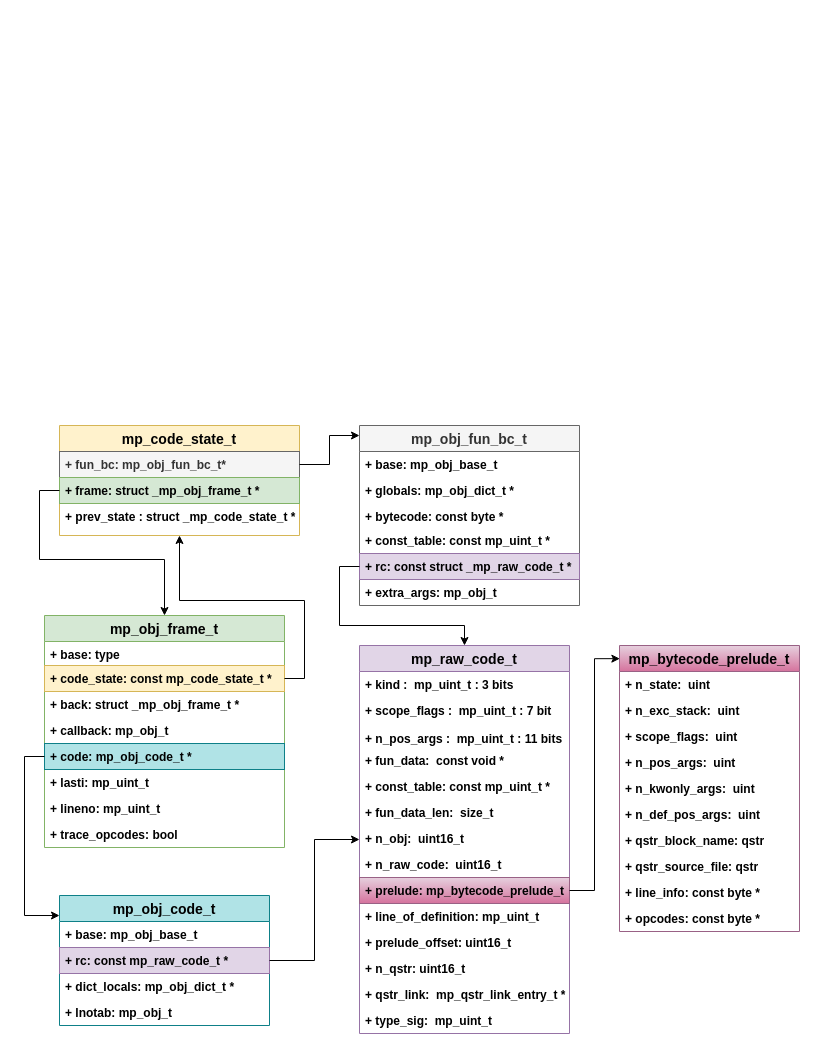
The draw.io diagram uPyIWM/diagrams/codestate_objects_relation.drawio in over-infinity/-Tutorials, before the edit. Source tidied: cells renumbered, new cells numbered last; positions are measured from the earlier drawing's top-left corner, leaving out a move shared by most shapes. Both pictures are drawn from the tidied source at 100%, with x=0, y=0 at pixel (44, 425).
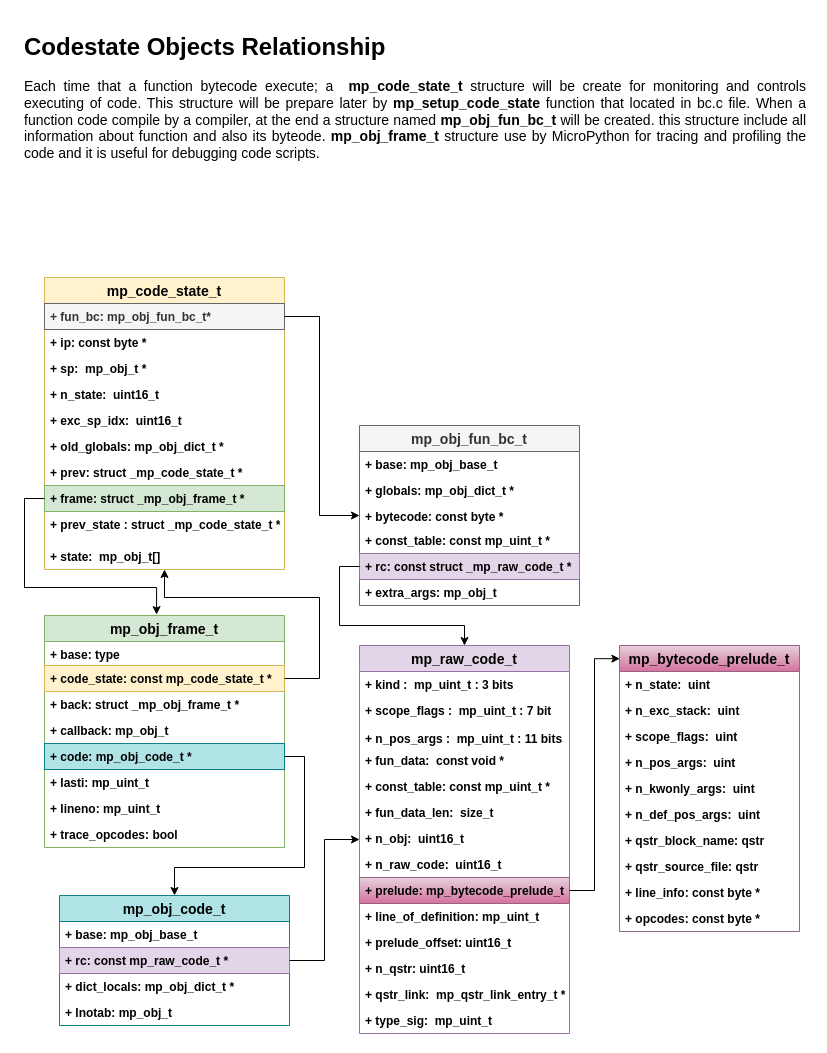
Above is the later version.

Unchanged cells that the change refers to:
```xml
<mxCell id="3" value="+ fun_bc: mp_obj_fun_bc_t*" style="text;strokeColor=#666666;fillColor=#f5f5f5;align=left;verticalAlign=top;spacingLeft=4;spacingRight=4;overflow=hidden;points=[[0,0.5],[1,0.5]];portConstraint=eastwest;fontSize=12;fontStyle=1;fontColor=#333333;" parent="2" vertex="1">
  <mxGeometry y="26" width="240" height="26" as="geometry" />
</mxCell>
<mxCell id="6" value="mp_obj_fun_bc_t" style="swimlane;fontStyle=1;horizontal=1;startSize=26;fillColor=#f5f5f5;fontSize=14;fontColor=#333333;strokeColor=#666666;" parent="1" vertex="1">
  <mxGeometry x="315" width="220" height="180" as="geometry" />
</mxCell>
<mxCell id="13" value="mp_obj_frame_t " style="swimlane;fontStyle=1;horizontal=1;startSize=26;fillColor=#d5e8d4;fontSize=14;strokeColor=#82b366;" parent="1" vertex="1">
  <mxGeometry y="190" width="240" height="232" as="geometry" />
</mxCell>
<mxCell id="15" value="+ code_state: const mp_code_state_t *" style="text;strokeColor=#d6b656;fillColor=#fff2cc;align=left;verticalAlign=top;spacingLeft=4;spacingRight=4;overflow=hidden;points=[[0,0.5],[1,0.5]];portConstraint=eastwest;fontSize=12;fontStyle=1;" parent="13" vertex="1">
  <mxGeometry y="50" width="240" height="26" as="geometry" />
</mxCell>
<mxCell id="18" value="+ code: mp_obj_code_t *" style="text;strokeColor=#0e8088;fillColor=#b0e3e6;align=left;verticalAlign=top;spacingLeft=4;spacingRight=4;overflow=hidden;points=[[0,0.5],[1,0.5]];portConstraint=eastwest;fontSize=12;fontStyle=1;" parent="13" vertex="1">
  <mxGeometry y="128" width="240" height="26" as="geometry" />
</mxCell>
```

Diff of the diagram source:
```diff
@@
     <mxCell id="2" value="mp_code_state_t" style="swimlane;fontStyle=1;horizontal=1;startSize=26;fillColor=#fff2cc;fontSize=14;strokeColor=#d6b656;" parent="1" vertex="1">
-      <mxGeometry x="15" width="240" height="110" as="geometry" />
+      <mxGeometry y="-148" width="240" height="292" as="geometry" />
     </mxCell>
@@
+    <mxCell id="60" value="+ ip: const byte *" style="text;strokeColor=none;fillColor=none;align=left;verticalAlign=top;spacingLeft=4;spacingRight=4;overflow=hidden;fontStyle=1;" parent="2" vertex="1">
+      <mxGeometry y="52" width="240" height="26" as="geometry" />
+    </mxCell>
+    <mxCell id="61" value="+ sp:  mp_obj_t *" style="text;strokeColor=none;fillColor=none;align=left;verticalAlign=top;spacingLeft=4;spacingRight=4;overflow=hidden;fontStyle=1;" parent="2" vertex="1">
+      <mxGeometry y="78" width="240" height="26" as="geometry" />
+    </mxCell>
+    <mxCell id="62" value="+ n_state:  uint16_t" style="text;strokeColor=none;fillColor=none;align=left;verticalAlign=top;spacingLeft=4;spacingRight=4;overflow=hidden;fontStyle=1;" parent="2" vertex="1">
+      <mxGeometry y="104" width="240" height="26" as="geometry" />
+    </mxCell>
+    <mxCell id="63" value="+ exc_sp_idx:  uint16_t" style="text;strokeColor=none;fillColor=none;align=left;verticalAlign=top;spacingLeft=4;spacingRight=4;overflow=hidden;fontStyle=1;" parent="2" vertex="1">
+      <mxGeometry y="130" width="240" height="26" as="geometry" />
+    </mxCell>
+    <mxCell id="64" value="+ old_globals: mp_obj_dict_t *" style="text;strokeColor=none;fillColor=none;align=left;verticalAlign=top;spacingLeft=4;spacingRight=4;overflow=hidden;fontStyle=1;" parent="2" vertex="1">
+      <mxGeometry y="156" width="240" height="26" as="geometry" />
+    </mxCell>
+    <mxCell id="65" value="+ prev: struct _mp_code_state_t *" style="text;strokeColor=none;fillColor=none;align=left;verticalAlign=top;spacingLeft=4;spacingRight=4;overflow=hidden;fontStyle=1;" parent="2" vertex="1">
+      <mxGeometry y="182" width="240" height="26" as="geometry" />
+    </mxCell>
     <mxCell id="4" value="+ frame: struct _mp_obj_frame_t *" style="text;strokeColor=#82b366;fillColor=#d5e8d4;align=left;verticalAlign=top;spacingLeft=4;spacingRight=4;overflow=hidden;points=[[0,0.5],[1,0.5]];portConstraint=eastwest;fontSize=12;fontStyle=1;" parent="2" vertex="1">
-      <mxGeometry y="52" width="240" height="26" as="geometry" />
+      <mxGeometry y="208" width="240" height="26" as="geometry" />
     </mxCell>
     <mxCell id="5" value="+ prev_state : struct _mp_code_state_t *" style="text;align=left;verticalAlign=top;spacingLeft=4;spacingRight=4;overflow=hidden;fontSize=12;fontStyle=1;" parent="2" vertex="1">
-      <mxGeometry y="78" width="240" height="32" as="geometry" />
+      <mxGeometry y="234" width="240" height="32" as="geometry" />
     </mxCell>
+    <mxCell id="66" value="+ state:  mp_obj_t[] " style="text;strokeColor=none;fillColor=none;align=left;verticalAlign=top;spacingLeft=4;spacingRight=4;overflow=hidden;fontStyle=1;" parent="2" vertex="1">
+      <mxGeometry y="266" width="240" height="26" as="geometry" />
+    </mxCell>
@@
     <mxCell id="37" value="mp_obj_code_t" style="swimlane;fontStyle=1;horizontal=1;startSize=26;fillColor=#b0e3e6;fontSize=14;strokeColor=#0e8088;" parent="1" vertex="1">
-      <mxGeometry x="15" y="470" width="210" height="130" as="geometry" />
+      <mxGeometry x="15" y="470" width="230" height="130" as="geometry" />
     </mxCell>
     <mxCell id="38" value="+ base: mp_obj_base_t" style="text;strokeColor=none;fillColor=none;align=left;verticalAlign=top;spacingLeft=4;spacingRight=4;overflow=hidden;fontSize=12;fontStyle=1;" parent="37" vertex="1">
-      <mxGeometry y="26" width="210" height="26" as="geometry" />
+      <mxGeometry y="26" width="230" height="26" as="geometry" />
     </mxCell>
     <mxCell id="39" value="+ rc: const mp_raw_code_t *" style="text;strokeColor=#9673a6;fillColor=#e1d5e7;align=left;verticalAlign=top;spacingLeft=4;spacingRight=4;overflow=hidden;points=[[0,0.5],[1,0.5]];portConstraint=eastwest;fontSize=12;fontStyle=1;" parent="37" vertex="1">
-      <mxGeometry y="52" width="210" height="26" as="geometry" />
+      <mxGeometry y="52" width="230" height="26" as="geometry" />
     </mxCell>
     <mxCell id="40" value="+ dict_locals: mp_obj_dict_t *" style="text;strokeColor=none;fillColor=none;align=left;verticalAlign=top;spacingLeft=4;spacingRight=4;overflow=hidden;fontSize=12;fontStyle=1;" parent="37" vertex="1">
-      <mxGeometry y="78" width="210" height="26" as="geometry" />
+      <mxGeometry y="78" width="230" height="26" as="geometry" />
     </mxCell>
     <mxCell id="41" value="+ lnotab: mp_obj_t " style="text;strokeColor=none;fillColor=none;align=left;verticalAlign=top;spacingLeft=4;spacingRight=4;overflow=hidden;fontStyle=1;" parent="37" vertex="1">
-      <mxGeometry y="104" width="210" height="26" as="geometry" />
+      <mxGeometry y="104" width="230" height="26" as="geometry" />
     </mxCell>
@@
-    <mxCell id="54" style="edgeStyle=orthogonalEdgeStyle;rounded=0;jettySize=auto;html=1;entryX=0;entryY=0.154;entryDx=0;entryDy=0;entryPerimeter=0;fontSize=14;" parent="1" edge="1" source="18" target="37">
-      <mxGeometry relative="1" as="geometry" />
-    </mxCell>
@@
+    <mxCell id="58" style="edgeStyle=orthogonalEdgeStyle;rounded=0;jettySize=auto;html=1;" parent="1" edge="1" source="3" target="6">
+      <mxGeometry relative="1" as="geometry">
+        <Array as="points">
+          <mxPoint x="275" y="-109" />
+          <mxPoint x="275" y="90" />
+        </Array>
+      </mxGeometry>
+    </mxCell>
-    <mxCell id="57" style="edgeStyle=orthogonalEdgeStyle;rounded=0;jettySize=auto;html=1;fontSize=14;" parent="1" edge="1" source="4" target="13">
-      <mxGeometry relative="1" as="geometry" />
+    <mxCell id="57" style="edgeStyle=orthogonalEdgeStyle;rounded=0;jettySize=auto;html=1;entryX=0.467;entryY=-0.004;entryDx=0;entryDy=0;entryPerimeter=0;" parent="1" edge="1" source="4" target="13">
+      <mxGeometry relative="1" as="geometry">
+        <Array as="points">
+          <mxPoint x="-20" y="73" />
+          <mxPoint x="-20" y="162" />
+          <mxPoint x="112" y="162" />
+        </Array>
+      </mxGeometry>
     </mxCell>
-    <mxCell id="58" style="edgeStyle=orthogonalEdgeStyle;rounded=0;jettySize=auto;html=1;fontSize=14;" parent="1" edge="1" source="3" target="6">
-      <mxGeometry relative="1" as="geometry">
-        <Array as="points">
-          <mxPoint x="285" y="39" />
-          <mxPoint x="285" y="10" />
-        </Array>
-      </mxGeometry>
-    </mxCell>
+    <mxCell id="67" value="&lt;h1&gt;Codestate Objects Relationship&lt;br&gt;&lt;/h1&gt;&lt;p align=&quot;justify&quot;&gt;&lt;font style=&quot;font-size: 14px&quot;&gt;Each time that a function bytecode execute; a&amp;nbsp; &lt;b&gt;mp_code_state_t&lt;/b&gt; structure will be create for monitoring and controls executing of code. This structure will be prepare later by &lt;b&gt;mp_setup_code_state&lt;/b&gt; function that located in bc.c file. When a function code compile by a compiler, at the end a structure named &lt;b&gt;mp_obj_fun_bc_t&lt;/b&gt; will be created. this structure include all information about function and also its byteode. &lt;b&gt;mp_obj_frame_t&lt;/b&gt; structure use by MicroPython for tracing and profiling the code and it is useful for debugging code scripts.&amp;nbsp;&lt;/font&gt; &lt;br&gt;&lt;/p&gt;" style="text;html=1;strokeColor=none;fillColor=none;spacing=5;spacingTop=-20;whiteSpace=wrap;overflow=hidden;rounded=0;" parent="1" vertex="1">
+      <mxGeometry x="-25" y="-398" width="790" height="220" as="geometry" />
+    </mxCell>
+    <mxCell id="54" style="edgeStyle=orthogonalEdgeStyle;rounded=0;jettySize=auto;html=1;fontSize=14;" parent="1" edge="1" source="18" target="37">
+      <mxGeometry relative="1" as="geometry">
+        <Array as="points">
+          <mxPoint x="260" y="331" />
+          <mxPoint x="260" y="442" />
+          <mxPoint x="130" y="442" />
+        </Array>
+      </mxGeometry>
+    </mxCell>
     <mxCell id="59" style="edgeStyle=orthogonalEdgeStyle;rounded=0;jettySize=auto;html=1;fontSize=14;" parent="1" edge="1" source="15" target="2">
-      <mxGeometry relative="1" as="geometry" />
+      <mxGeometry relative="1" as="geometry">
+        <Array as="points">
+          <mxPoint x="275" y="253" />
+          <mxPoint x="275" y="172" />
+          <mxPoint x="120" y="172" />
+        </Array>
+      </mxGeometry>
     </mxCell>
```
